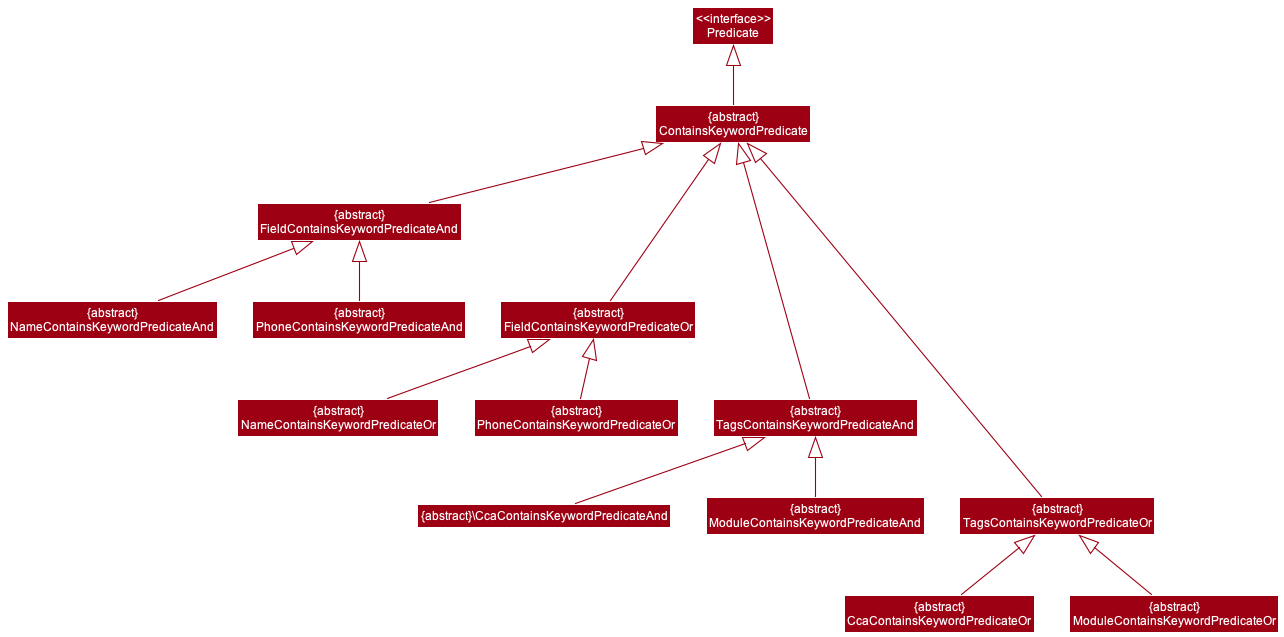
The PlantUML diagram docs/images/FindPredicatesClassDiagram.png in nus-cs2103-AY2122S2/tp, before a commit.
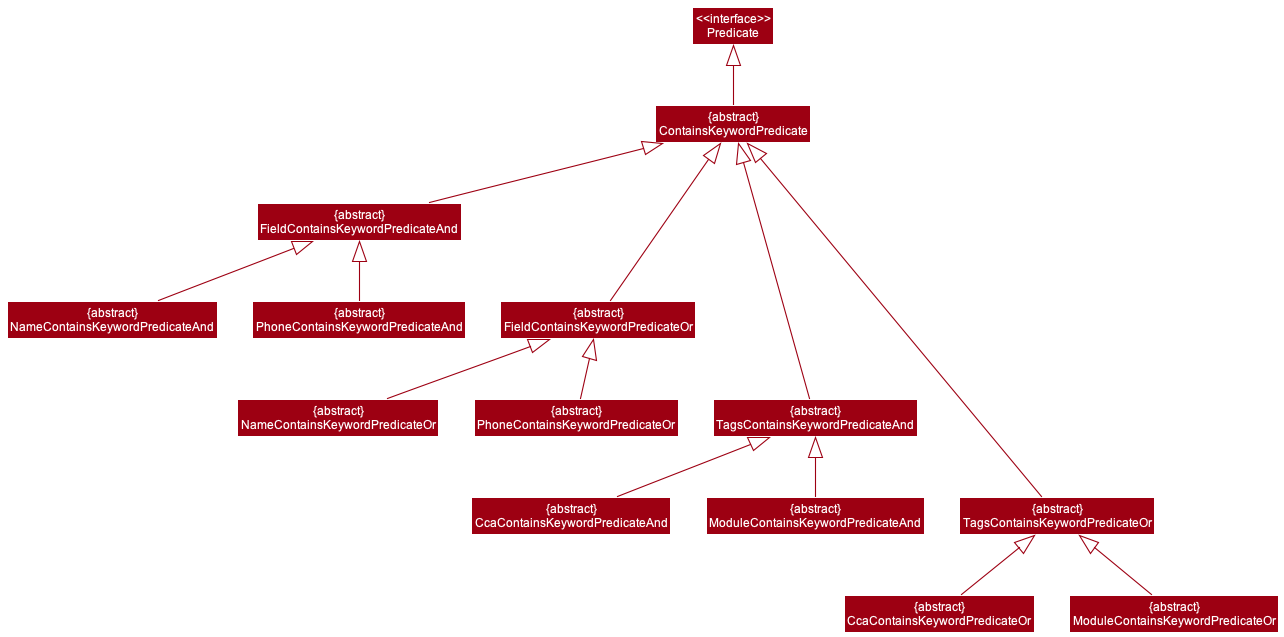
The same diagram one commit later.

Commit message:
Fix error in FindPredicates class diagram

What changed in the source:
```diff
@@ -23,7 +23,7 @@
 fckpOr <|-- nckpOr
 fckpAnd <|-- pckpAnd
 fckpOr <|-- pckpOr
-class "{abstract}\CcaContainsKeywordPredicateAnd" as cckpAnd
+class "{abstract}\nCcaContainsKeywordPredicateAnd" as cckpAnd
 class "{abstract}\nCcaContainsKeywordPredicateOr" as cckpOr
 class "{abstract}\nModuleContainsKeywordPredicateAnd" as mckpAnd
 class "{abstract}\nModuleContainsKeywordPredicateOr" as mckpOr
```
